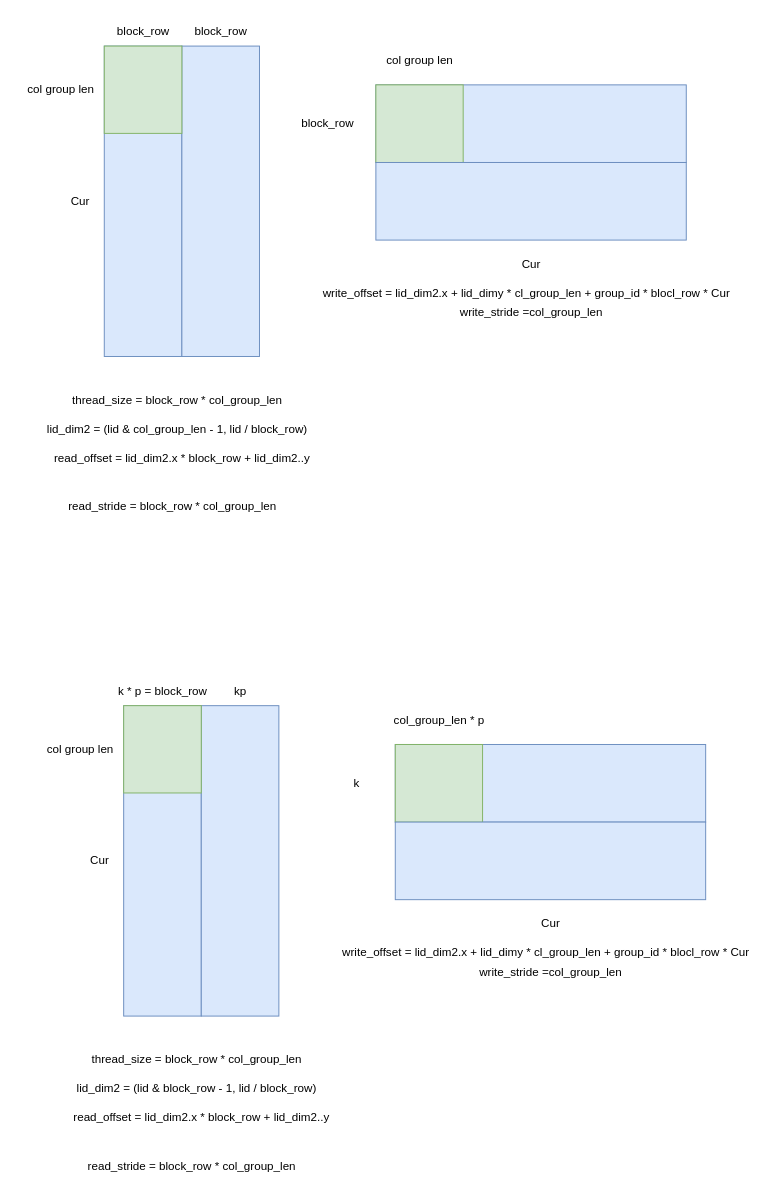
The draw.io diagram 未命名绘图.drawio in nkzwchen/notebooks, before the edit. Source tidied: cells renumbered, new cells numbered last; positions are measured from the earlier drawing's top-left corner, leaving out a move shared by most shapes. Both pictures are drawn from the tidied source at 97%, with x=0, y=0 at pixel (16, -32).
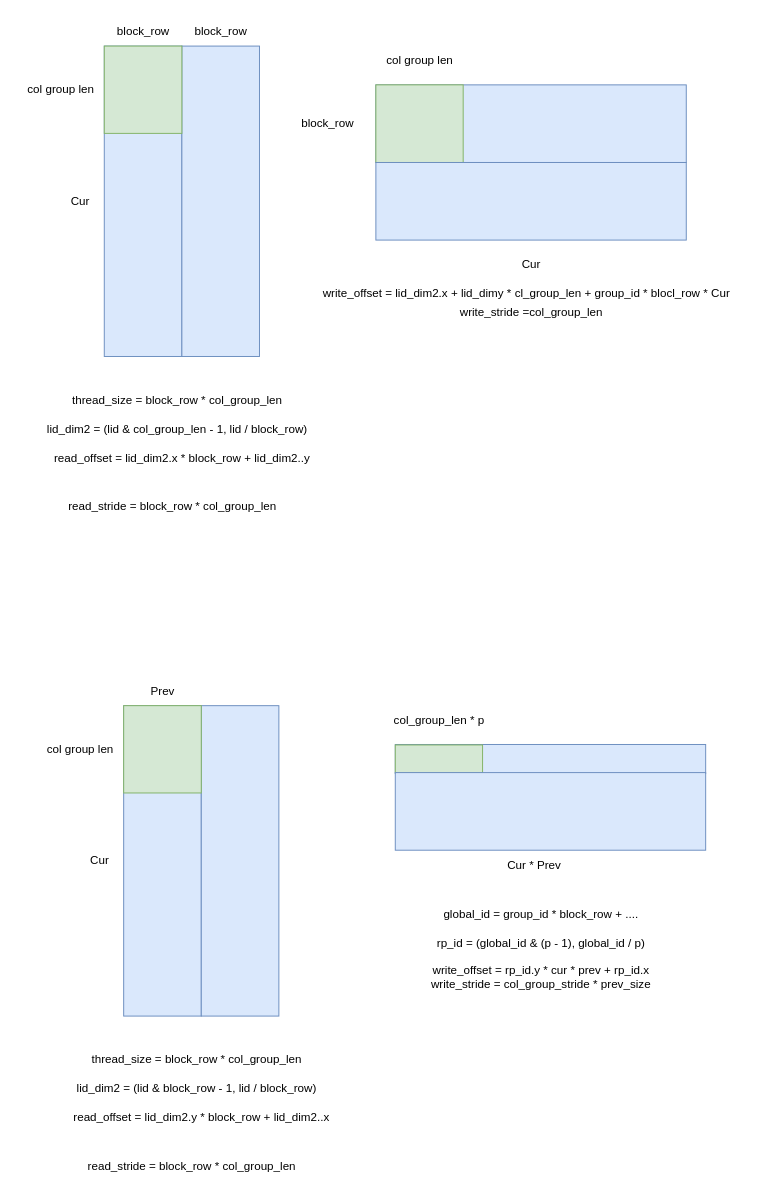
Above is the later version.

Change to the diagram source:
```diff
@@
     <mxCell id="21" style="rounded=0;whiteSpace=wrap;html=1;fillColor=#dae8fc;strokeColor=#6c8ebf;rotation=90;" parent="1" vertex="1">
-      <mxGeometry x="510" y="680" width="80" height="320" as="geometry" />
+      <mxGeometry x="535" y="655" width="30" height="320" as="geometry" />
     </mxCell>
@@
-    <mxCell id="23" value="k * p = block_row" style="text;html=1;align=center;verticalAlign=middle;strokeColor=none;fillColor=none;" parent="1" vertex="1">
-      <mxGeometry x="90" y="730" width="120" height="30" as="geometry" />
+    <mxCell id="23" value="Prev" style="text;html=1;align=center;verticalAlign=middle;strokeColor=none;fillColor=none;" parent="1" vertex="1">
+      <mxGeometry x="125" y="730" width="50" height="30" as="geometry" />
     </mxCell>
@@
-    <mxCell id="26" value="kp" style="text;html=1;align=center;verticalAlign=middle;strokeColor=none;fillColor=none;" parent="1" vertex="1">
-      <mxGeometry x="210" y="730" width="40" height="30" as="geometry" />
-    </mxCell>
@@
-    <mxCell id="29" value="Cur" style="text;html=1;align=center;verticalAlign=middle;strokeColor=none;fillColor=none;" parent="1" vertex="1">
-      <mxGeometry x="530" y="970" width="40" height="30" as="geometry" />
+    <mxCell id="29" value="Cur * Prev" style="text;html=1;align=center;verticalAlign=middle;strokeColor=none;fillColor=none;" parent="1" vertex="1">
+      <mxGeometry x="492.5" y="910" width="80" height="30" as="geometry" />
     </mxCell>
     <mxCell id="30" style="rounded=0;whiteSpace=wrap;html=1;fillColor=#d5e8d4;strokeColor=#82b366;direction=east;rotation=90;" parent="1" vertex="1">
-      <mxGeometry x="395" y="795" width="80" height="90" as="geometry" />
+      <mxGeometry x="420.6" y="769.9" width="28.8" height="90" as="geometry" />
     </mxCell>
     <mxCell id="31" style="rounded=0;whiteSpace=wrap;html=1;fillColor=#dae8fc;strokeColor=#6c8ebf;rotation=90;" parent="1" vertex="1">
-      <mxGeometry x="510" y="760" width="80" height="320" as="geometry" />
+      <mxGeometry x="510" y="709" width="80" height="320" as="geometry" />
     </mxCell>
@@
-    <mxCell id="33" value="k" style="text;html=1;align=center;verticalAlign=middle;strokeColor=none;fillColor=none;" parent="1" vertex="1">
-      <mxGeometry x="335" y="825" width="30" height="30" as="geometry" />
-    </mxCell>
@@
-    <mxCell id="36" value="read_offset = lid_dim2.x * block_row + lid_dim2..y" style="text;html=1;align=center;verticalAlign=middle;strokeColor=none;fillColor=none;" parent="1" vertex="1">
+    <mxCell id="36" value="read_offset = lid_dim2.y * block_row + lid_dim2..x" style="text;html=1;align=center;verticalAlign=middle;strokeColor=none;fillColor=none;" parent="1" vertex="1">
       <mxGeometry x="45" y="1170" width="290" height="30" as="geometry" />
     </mxCell>
@@
-    <mxCell id="38" value="write_offset = lid_dim2.x + lid_dimy * cl_group_len + group_id * blocl_row * Cur" style="text;html=1;align=center;verticalAlign=middle;strokeColor=none;fillColor=none;" parent="1" vertex="1">
-      <mxGeometry x="325" y="1000" width="440" height="30" as="geometry" />
+    <mxCell id="38" value="rp_id = (global_id &amp;amp; (p - 1), global_id / p)" style="text;html=1;align=center;verticalAlign=middle;strokeColor=none;fillColor=none;" parent="1" vertex="1">
+      <mxGeometry x="420" y="990" width="240" height="30" as="geometry" />
     </mxCell>
-    <mxCell id="39" value="write_stride =col_group_len" style="text;html=1;align=center;verticalAlign=middle;strokeColor=none;fillColor=none;" parent="1" vertex="1">
-      <mxGeometry x="465" y="1020" width="170" height="30" as="geometry" />
+    <mxCell id="39" value="write_offset = rp_id.y * cur * prev + rp_id.x&lt;br&gt;write_stride = col_group_stride * prev_size" style="text;html=1;align=center;verticalAlign=middle;strokeColor=none;fillColor=none;" parent="1" vertex="1">
+      <mxGeometry x="415" y="1020" width="250" height="40" as="geometry" />
     </mxCell>
+    <mxCell id="40" value="global_id = group_id * block_row + ...." style="text;html=1;align=center;verticalAlign=middle;strokeColor=none;fillColor=none;" parent="1" vertex="1">
+      <mxGeometry x="430" y="960" width="220" height="30" as="geometry" />
+    </mxCell>
```
